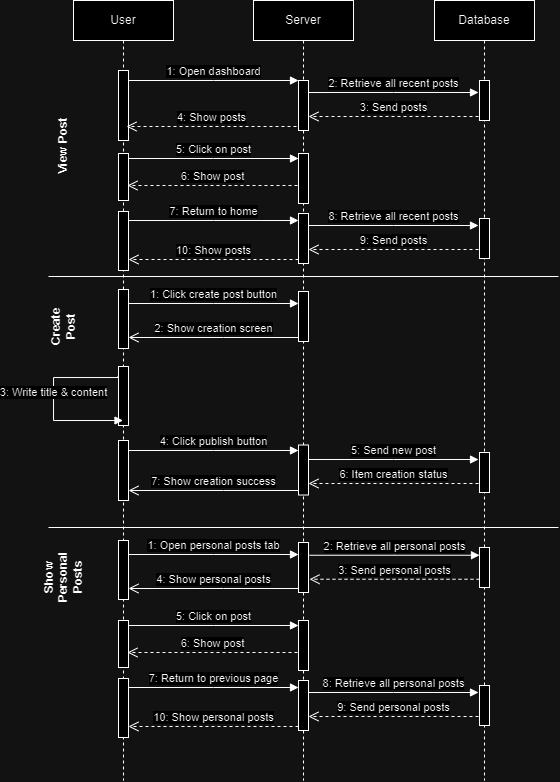
The draw.io diagram Documentation/Sequence Diagrams/postingSequenceDiagram.png in KageSilver/yAPP, before a commit. Source tidied: cells renumbered, new cells last; positions are measured from the earlier drawing's top-left corner, leaving out a move shared by most shapes.
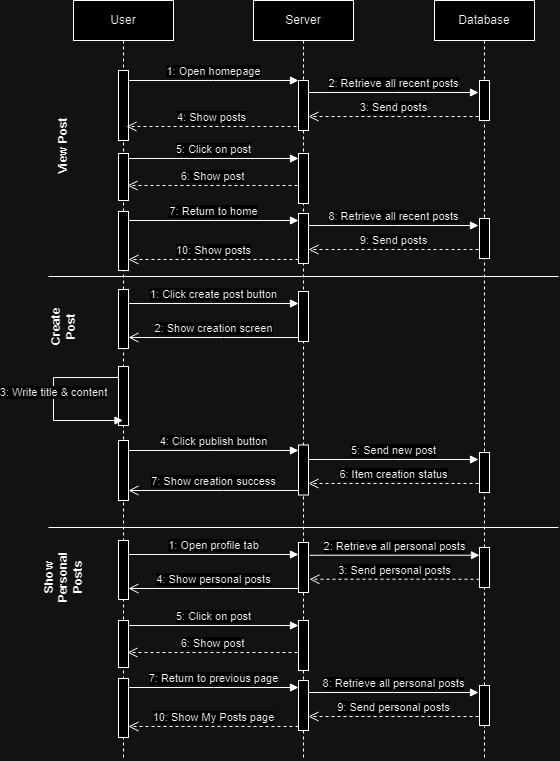
The same file after the commit.

Commit message:
Add sequence diagrams for the new features of this sprint

The edit, as a diff of the source:
```diff
@@ -3,7 +3,7 @@
     <mxCell id="0" />
     <mxCell id="1" parent="0" />
     <mxCell id="2" value="User" style="shape=umlLifeline;perimeter=lifelinePerimeter;whiteSpace=wrap;html=1;outlineConnect=0;portConstraint=eastwest;newEdgeStyle={&quot;edgeStyle&quot;:&quot;elbowEdgeStyle&quot;,&quot;elbow&quot;:&quot;vertical&quot;,&quot;curved&quot;:0,&quot;rounded&quot;:0};" parent="1" vertex="1">
-      <mxGeometry x="40" width="100" height="780" as="geometry" />
+      <mxGeometry x="40" width="100" height="760" as="geometry" />
     </mxCell>
     <mxCell id="3" style="html=1;points=[];perimeter=orthogonalPerimeter;outlineConnect=0;targetShapes=umlLifeline;portConstraint=eastwest;newEdgeStyle={&quot;edgeStyle&quot;:&quot;elbowEdgeStyle&quot;,&quot;elbow&quot;:&quot;vertical&quot;,&quot;curved&quot;:0,&quot;rounded&quot;:0};" parent="2" vertex="1">
       <mxGeometry x="45" y="70" width="10" height="70" as="geometry" />
@@ -12,7 +12,7 @@
       <mxGeometry x="45" y="440" width="10" height="60" as="geometry" />
     </mxCell>
     <mxCell id="5" value="Server" style="shape=umlLifeline;perimeter=lifelinePerimeter;whiteSpace=wrap;html=1;newEdgeStyle={&quot;edgeStyle&quot;:&quot;elbowEdgeStyle&quot;,&quot;elbow&quot;:&quot;vertical&quot;,&quot;curved&quot;:0,&quot;rounded&quot;:0};" parent="1" vertex="1">
-      <mxGeometry x="220" width="100" height="780" as="geometry" />
+      <mxGeometry x="220" width="100" height="760" as="geometry" />
     </mxCell>
     <mxCell id="6" style="html=1;points=[];perimeter=orthogonalPerimeter;outlineConnect=0;targetShapes=umlLifeline;portConstraint=eastwest;newEdgeStyle={&quot;edgeStyle&quot;:&quot;elbowEdgeStyle&quot;,&quot;elbow&quot;:&quot;vertical&quot;,&quot;curved&quot;:0,&quot;rounded&quot;:0};" parent="5" vertex="1">
       <mxGeometry x="45" y="80" width="10" height="50" as="geometry" />
@@ -20,7 +20,7 @@
     <mxCell id="7" style="html=1;perimeter=orthogonalPerimeter;targetShapes=umlLifeline;newEdgeStyle={&quot;edgeStyle&quot;:&quot;elbowEdgeStyle&quot;,&quot;elbow&quot;:&quot;vertical&quot;,&quot;curved&quot;:0,&quot;rounded&quot;:0};" parent="5" vertex="1">
       <mxGeometry x="45" y="444.5" width="10" height="50" as="geometry" />
     </mxCell>
-    <mxCell id="8" value="1: Open dashboard" style="html=1;verticalAlign=bottom;endArrow=block;edgeStyle=elbowEdgeStyle;elbow=vertical;curved=0;rounded=0;" parent="1" edge="1" source="3" target="6">
+    <mxCell id="8" value="1: Open homepage" style="html=1;verticalAlign=bottom;endArrow=block;edgeStyle=elbowEdgeStyle;elbow=vertical;curved=0;rounded=0;" parent="1" edge="1" source="3" target="6">
       <mxGeometry relative="1" as="geometry">
         <Array as="points">
           <mxPoint x="180" y="80" />
@@ -28,7 +28,7 @@
       </mxGeometry>
     </mxCell>
     <mxCell id="9" value="Database" style="shape=umlLifeline;perimeter=lifelinePerimeter;whiteSpace=wrap;html=1;newEdgeStyle={&quot;edgeStyle&quot;:&quot;elbowEdgeStyle&quot;,&quot;elbow&quot;:&quot;vertical&quot;,&quot;curved&quot;:0,&quot;rounded&quot;:0};" parent="1" vertex="1">
-      <mxGeometry x="401" width="100" height="780" as="geometry" />
+      <mxGeometry x="401" width="100" height="760" as="geometry" />
     </mxCell>
     <mxCell id="10" style="html=1;perimeter=orthogonalPerimeter;targetShapes=umlLifeline;newEdgeStyle={&quot;edgeStyle&quot;:&quot;elbowEdgeStyle&quot;,&quot;elbow&quot;:&quot;vertical&quot;,&quot;curved&quot;:0,&quot;rounded&quot;:0};" parent="9" vertex="1">
       <mxGeometry x="45" y="80" width="10" height="40" as="geometry" />
@@ -225,7 +225,7 @@
     <mxCell id="41" style="html=1;perimeter=orthogonalPerimeter;targetShapes=umlLifeline;newEdgeStyle={&quot;edgeStyle&quot;:&quot;elbowEdgeStyle&quot;,&quot;elbow&quot;:&quot;vertical&quot;,&quot;curved&quot;:0,&quot;rounded&quot;:0};" parent="1" vertex="1">
       <mxGeometry x="265" y="542" width="10" height="50" as="geometry" />
     </mxCell>
-    <mxCell id="42" value="1: Open personal posts tab" style="html=1;verticalAlign=bottom;endArrow=block;edgeStyle=elbowEdgeStyle;elbow=vertical;curved=0;rounded=0;" parent="1" edge="1">
+    <mxCell id="42" value="1: Open profile tab" style="html=1;verticalAlign=bottom;endArrow=block;edgeStyle=elbowEdgeStyle;elbow=vertical;curved=0;rounded=0;" parent="1" edge="1">
       <mxGeometry relative="1" as="geometry">
         <mxPoint x="95" y="554" as="sourcePoint" />
         <mxPoint x="265" y="554" as="targetPoint" />
@@ -309,7 +309,7 @@
         </Array>
       </mxGeometry>
     </mxCell>
-    <mxCell id="55" value="10: Show personal posts" style="html=1;verticalAlign=bottom;endArrow=open;dashed=1;endSize=8;edgeStyle=elbowEdgeStyle;elbow=vertical;curved=0;rounded=0;" parent="1" edge="1">
+    <mxCell id="55" value="10: Show My Posts page" style="html=1;verticalAlign=bottom;endArrow=open;dashed=1;endSize=8;edgeStyle=elbowEdgeStyle;elbow=vertical;curved=0;rounded=0;" parent="1" edge="1">
       <mxGeometry relative="1" as="geometry">
         <mxPoint x="265" y="726" as="sourcePoint" />
         <mxPoint x="95" y="726" as="targetPoint" />
```
